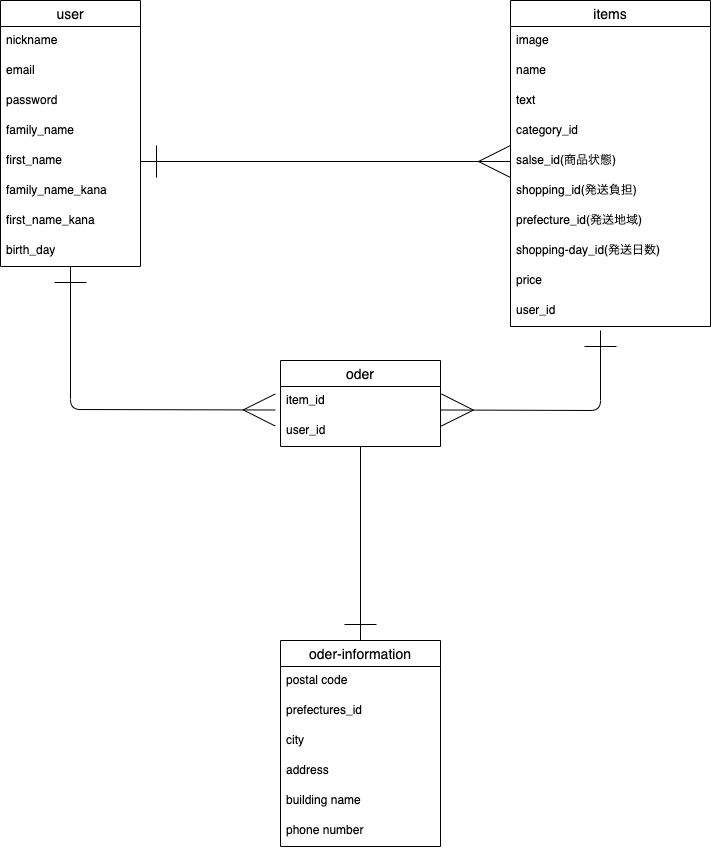
This is 01furima-39277(ER図).png from gtn-74/furima-39277, a draw.io export, as it was before one commit. Source tidied: cells renumbered, new cells last; positions are measured from the earlier drawing's top-left corner, leaving out a move shared by most shapes.
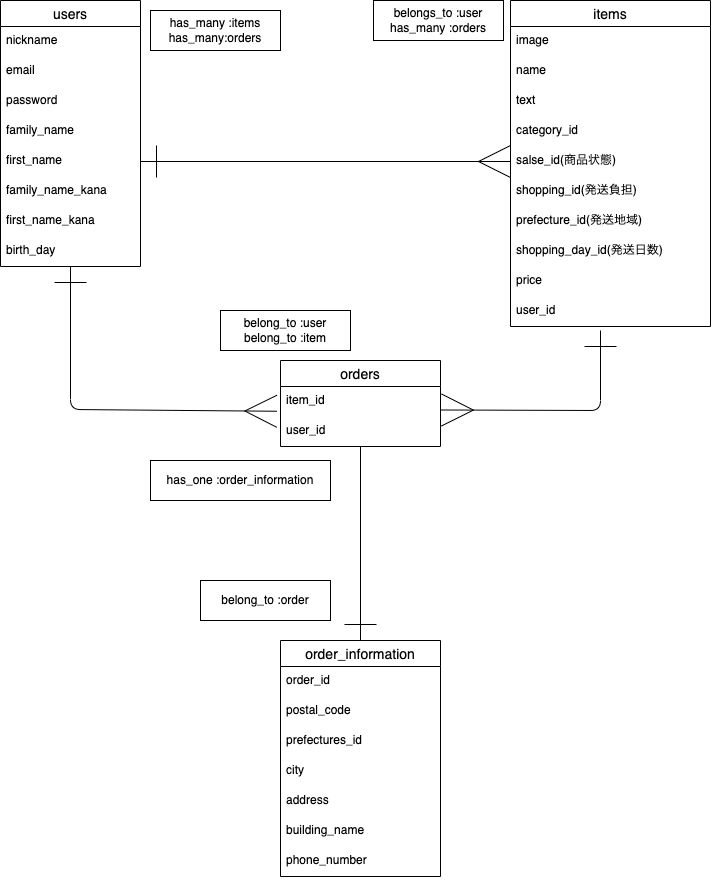
Later version of the same file.

What changed in the source:
```diff
@@ -2,14 +2,14 @@
   <root>
     <mxCell id="0" />
     <mxCell id="1" parent="0" />
-    <mxCell id="2" style="edgeStyle=none;html=1;entryX=-0.033;entryY=0.783;entryDx=0;entryDy=0;entryPerimeter=0;startArrow=ERone;startFill=0;endArrow=ERmany;endFill=0;endSize=30;startSize=30;" parent="1" edge="1" source="3" target="26">
+    <mxCell id="2" style="edgeStyle=none;html=1;entryX=-0.023;entryY=0.825;entryDx=0;entryDy=0;entryPerimeter=0;startArrow=ERone;startFill=0;endArrow=ERmany;endFill=0;endSize=30;startSize=30;" parent="1" edge="1" source="3" target="26">
       <mxGeometry relative="1" as="geometry">
         <Array as="points">
           <mxPoint x="70" y="409" />
         </Array>
       </mxGeometry>
     </mxCell>
-    <mxCell id="3" value="user" style="swimlane;fontStyle=0;horizontal=1;startSize=26;align=center;fontSize=14;" parent="1" vertex="1">
+    <mxCell id="3" value="users" style="swimlane;fontStyle=0;horizontal=1;startSize=26;align=center;fontSize=14;" parent="1" vertex="1">
       <mxGeometry width="140" height="266" as="geometry" />
     </mxCell>
     <mxCell id="4" value="nickname" style="text;strokeColor=none;fillColor=none;spacingLeft=4;spacingRight=4;overflow=hidden;fontSize=12;" parent="3" vertex="1">
@@ -68,7 +68,7 @@
     <mxCell id="20" value="prefecture_id(発送地域)" style="text;strokeColor=none;fillColor=none;spacingLeft=4;spacingRight=4;overflow=hidden;fontSize=12;" parent="13" vertex="1">
       <mxGeometry y="206" width="200" height="30" as="geometry" />
     </mxCell>
-    <mxCell id="21" value="shopping-day_id(発送日数)" style="text;strokeColor=none;fillColor=none;spacingLeft=4;spacingRight=4;overflow=hidden;fontSize=12;" parent="13" vertex="1">
+    <mxCell id="21" value="shopping_day_id(発送日数)" style="text;strokeColor=none;fillColor=none;spacingLeft=4;spacingRight=4;overflow=hidden;fontSize=12;" parent="13" vertex="1">
       <mxGeometry y="236" width="200" height="30" as="geometry" />
     </mxCell>
     <mxCell id="22" value="price" style="text;strokeColor=none;fillColor=none;spacingLeft=4;spacingRight=4;overflow=hidden;fontSize=12;" parent="13" vertex="1">
@@ -80,7 +80,7 @@
     <mxCell id="24" style="edgeStyle=orthogonalEdgeStyle;jumpStyle=arc;jumpSize=16;html=1;strokeColor=default;strokeWidth=1;startArrow=baseDash;startFill=0;endArrow=ERone;endFill=0;startSize=30;endSize=30;entryX=0.5;entryY=0;entryDx=0;entryDy=0;" parent="1" edge="1" source="25" target="28">
       <mxGeometry relative="1" as="geometry" />
     </mxCell>
-    <mxCell id="25" value="oder" style="swimlane;fontStyle=0;horizontal=1;startSize=26;align=center;fontSize=14;" parent="1" vertex="1">
+    <mxCell id="25" value="orders" style="swimlane;fontStyle=0;horizontal=1;startSize=26;align=center;fontSize=14;" parent="1" vertex="1">
       <mxGeometry x="280" y="360" width="160" height="86" as="geometry" />
     </mxCell>
     <mxCell id="26" value="item_id" style="text;strokeColor=none;fillColor=none;spacingLeft=4;spacingRight=4;overflow=hidden;points=[[0,0.5],[1,0.5]];portConstraint=eastwest;fontSize=12;" parent="25" vertex="1">
@@ -89,29 +89,47 @@
     <mxCell id="27" value="user_id" style="text;strokeColor=none;fillColor=none;spacingLeft=4;spacingRight=4;overflow=hidden;fontSize=12;" parent="25" vertex="1">
       <mxGeometry y="56" width="160" height="30" as="geometry" />
     </mxCell>
-    <mxCell id="28" value="oder-information" style="swimlane;fontStyle=0;horizontal=1;startSize=26;align=center;fontSize=14;" parent="1" vertex="1">
-      <mxGeometry x="280" y="640" width="160" height="206" as="geometry" />
+    <mxCell id="28" value="order_information" style="swimlane;fontStyle=0;horizontal=1;startSize=26;align=center;fontSize=14;" parent="1" vertex="1">
+      <mxGeometry x="280" y="640" width="160" height="236" as="geometry" />
     </mxCell>
+    <mxCell id="36" value="order_id" style="text;strokeColor=none;fillColor=none;spacingLeft=4;spacingRight=4;overflow=hidden;fontSize=12;" parent="28" vertex="1">
+      <mxGeometry y="26" width="160" height="30" as="geometry" />
+    </mxCell>
-    <mxCell id="29" value="postal code" style="text;strokeColor=none;fillColor=none;spacingLeft=4;spacingRight=4;overflow=hidden;fontSize=12;" parent="28" vertex="1">
-      <mxGeometry y="26" width="160" height="30" as="geometry" />
+    <mxCell id="29" value="postal_code" style="text;strokeColor=none;fillColor=none;spacingLeft=4;spacingRight=4;overflow=hidden;fontSize=12;" parent="28" vertex="1">
+      <mxGeometry y="56" width="160" height="30" as="geometry" />
     </mxCell>
     <mxCell id="30" value="prefectures_id" style="text;strokeColor=none;fillColor=none;spacingLeft=4;spacingRight=4;overflow=hidden;fontSize=12;" parent="28" vertex="1">
-      <mxGeometry y="56" width="160" height="30" as="geometry" />
+      <mxGeometry y="86" width="160" height="30" as="geometry" />
     </mxCell>
     <mxCell id="31" value="city" style="text;strokeColor=none;fillColor=none;spacingLeft=4;spacingRight=4;overflow=hidden;fontSize=12;" parent="28" vertex="1">
-      <mxGeometry y="86" width="160" height="30" as="geometry" />
+      <mxGeometry y="116" width="160" height="30" as="geometry" />
     </mxCell>
     <mxCell id="32" value="address" style="text;strokeColor=none;fillColor=none;spacingLeft=4;spacingRight=4;overflow=hidden;fontSize=12;" parent="28" vertex="1">
-      <mxGeometry y="116" width="160" height="30" as="geometry" />
+      <mxGeometry y="146" width="160" height="30" as="geometry" />
     </mxCell>
-    <mxCell id="33" value="building name" style="text;strokeColor=none;fillColor=none;spacingLeft=4;spacingRight=4;overflow=hidden;fontSize=12;" parent="28" vertex="1">
-      <mxGeometry y="146" width="160" height="30" as="geometry" />
+    <mxCell id="33" value="building_name" style="text;strokeColor=none;fillColor=none;spacingLeft=4;spacingRight=4;overflow=hidden;fontSize=12;" parent="28" vertex="1">
+      <mxGeometry y="176" width="160" height="30" as="geometry" />
     </mxCell>
-    <mxCell id="34" value="phone number" style="text;strokeColor=none;fillColor=none;spacingLeft=4;spacingRight=4;overflow=hidden;fontSize=12;" parent="28" vertex="1">
-      <mxGeometry y="176" width="160" height="30" as="geometry" />
+    <mxCell id="34" value="phone_number" style="text;strokeColor=none;fillColor=none;spacingLeft=4;spacingRight=4;overflow=hidden;fontSize=12;" parent="28" vertex="1">
+      <mxGeometry y="206" width="160" height="30" as="geometry" />
     </mxCell>
     <mxCell id="35" style="endArrow=ERmany;html=1;rounded=0;entryX=0;entryY=0.5;entryDx=0;entryDy=0;strokeColor=default;endFill=0;exitX=1;exitY=0.5;exitDx=0;exitDy=0;startArrow=ERone;startFill=0;strokeWidth=1;endSize=30;startSize=30;" parent="1" edge="1" source="8" target="18">
       <mxGeometry relative="1" as="geometry" />
     </mxCell>
+    <mxCell id="37" value="has_many :items&lt;br&gt;has_many:orders" style="whiteSpace=wrap;html=1;align=center;" parent="1" vertex="1">
+      <mxGeometry x="150" y="10" width="130" height="40" as="geometry" />
+    </mxCell>
+    <mxCell id="38" value="belongs_to :user&lt;br&gt;has_many :orders" style="whiteSpace=wrap;html=1;align=center;" parent="1" vertex="1">
+      <mxGeometry x="373" width="130" height="40" as="geometry" />
+    </mxCell>
+    <mxCell id="39" value="belong_to :user&lt;br&gt;belong_to :item" style="whiteSpace=wrap;html=1;align=center;" parent="1" vertex="1">
+      <mxGeometry x="220" y="310" width="130" height="40" as="geometry" />
+    </mxCell>
+    <mxCell id="40" value="belong_to :order" style="whiteSpace=wrap;html=1;align=center;" parent="1" vertex="1">
+      <mxGeometry x="200" y="580" width="130" height="40" as="geometry" />
+    </mxCell>
+    <mxCell id="41" value="has_one :order_information" style="whiteSpace=wrap;html=1;align=center;" parent="1" vertex="1">
+      <mxGeometry x="150" y="460" width="180" height="40" as="geometry" />
+    </mxCell>
   </root>
 </mxGraphModel>
```
